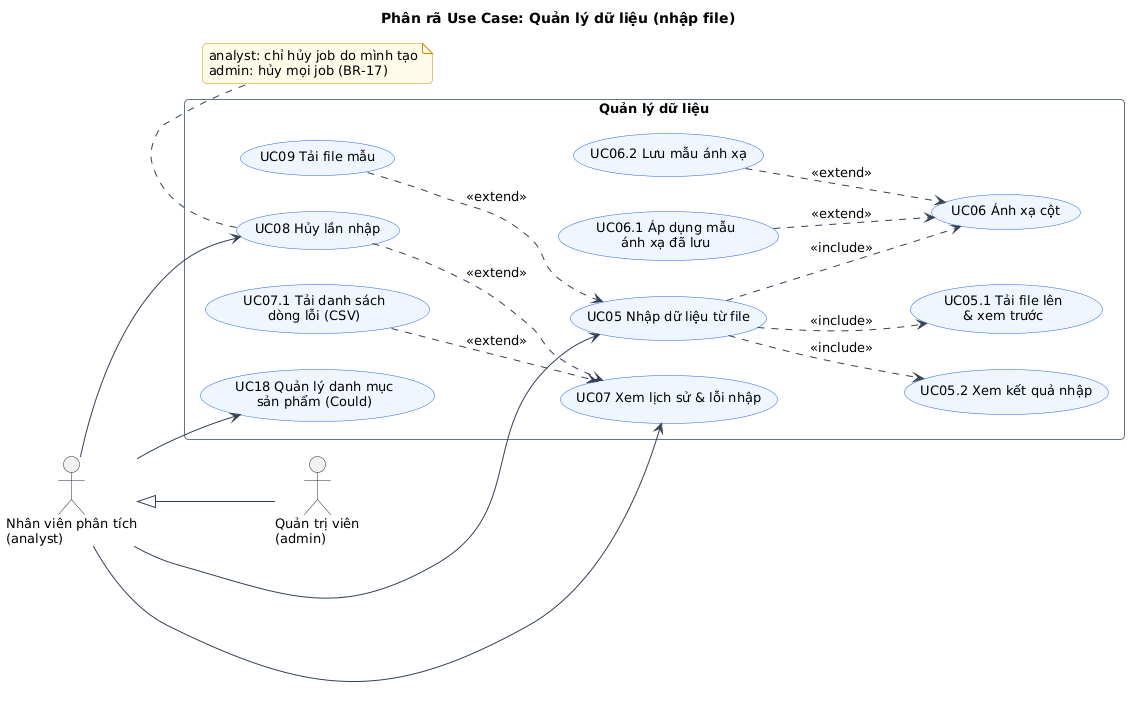
This is docs/phan-tich/so-do/out/11-uc-quan-ly-du-lieu.png from hoang13516-dev/TTCN_CCROBO, a PlantUML export, as it was before one commit.
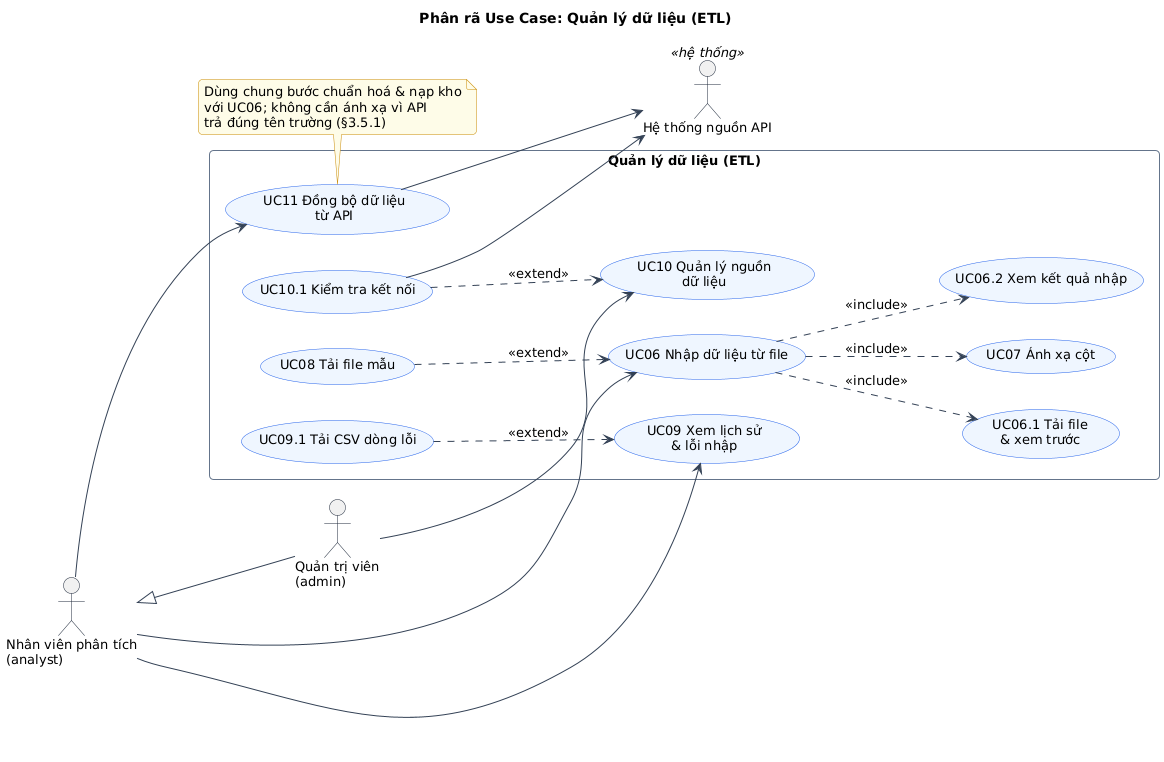
The same file after the commit.

Change to the diagram source:
```diff
@@ -1,40 +1,41 @@
 @startuml 11-uc-quan-ly-du-lieu
 !include _style.iuml
-title Phân rã Use Case: Quản lý dữ liệu (nhập file)
+title Phân rã Use Case: Quản lý dữ liệu (ETL)
 left to right direction
 
 actor "Nhân viên phân tích\n(analyst)" as AN
 actor "Quản trị viên\n(admin)" as AD
+actor "Hệ thống nguồn API" as EXT <<hệ thống>>
 AN <|-- AD
 
-rectangle "Quản lý dữ liệu" {
-  usecase "UC05 Nhập dữ liệu từ file" as UC05
-  usecase "UC05.1 Tải file lên\n& xem trước" as UC051
-  usecase "UC06 Ánh xạ cột" as UC06
-  usecase "UC06.1 Áp dụng mẫu\nánh xạ đã lưu" as UC061
-  usecase "UC06.2 Lưu mẫu ánh xạ" as UC062
-  usecase "UC05.2 Xem kết quả nhập" as UC052
-  usecase "UC09 Tải file mẫu" as UC09
-  usecase "UC07 Xem lịch sử & lỗi nhập" as UC07
-  usecase "UC07.1 Tải danh sách\ndòng lỗi (CSV)" as UC071
-  usecase "UC08 Hủy lần nhập" as UC08
-  usecase "UC18 Quản lý danh mục\nsản phẩm (Could)" as UC18
+rectangle "Quản lý dữ liệu (ETL)" {
+  usecase "UC06 Nhập dữ liệu từ file" as UC06
+  usecase "UC06.1 Tải file\n& xem trước" as UC061
+  usecase "UC07 Ánh xạ cột" as UC07
+  usecase "UC06.2 Xem kết quả nhập" as UC062
+  usecase "UC08 Tải file mẫu" as UC08
+  usecase "UC09 Xem lịch sử\n& lỗi nhập" as UC09
+  usecase "UC09.1 Tải CSV dòng lỗi" as UC091
+  usecase "UC10 Quản lý nguồn\ndữ liệu" as UC10
+  usecase "UC10.1 Kiểm tra kết nối" as UC101
+  usecase "UC11 Đồng bộ dữ liệu\ntừ API" as UC11
 }
-AN --> UC05
-AN --> UC07
-AN --> UC08
-AN --> UC18
-UC05 ..> UC051 : <<include>>
-UC05 ..> UC06 : <<include>>
-UC05 ..> UC052 : <<include>>
-UC061 ..> UC06 : <<extend>>
-UC062 ..> UC06 : <<extend>>
-UC09 ..> UC05 : <<extend>>
-UC071 ..> UC07 : <<extend>>
-UC08 ..> UC07 : <<extend>>
+AN --> UC06
+AN --> UC09
+AN --> UC11
+AD --> UC10
+UC06 ..> UC061 : <<include>>
+UC06 ..> UC07 : <<include>>
+UC06 ..> UC062 : <<include>>
+UC08 ..> UC06 : <<extend>>
+UC091 ..> UC09 : <<extend>>
+UC101 ..> UC10 : <<extend>>
+UC101 --> EXT
+UC11 --> EXT
 
-note bottom of UC08
-  analyst: chỉ hủy job do mình tạo
-  admin: hủy mọi job (BR-17)
+note bottom of UC11
+  Dùng chung bước chuẩn hoá & nạp kho
+  với UC06; không cần ánh xạ vì API
+  trả đúng tên trường (§3.5.1)
 end note
 @enduml
```
